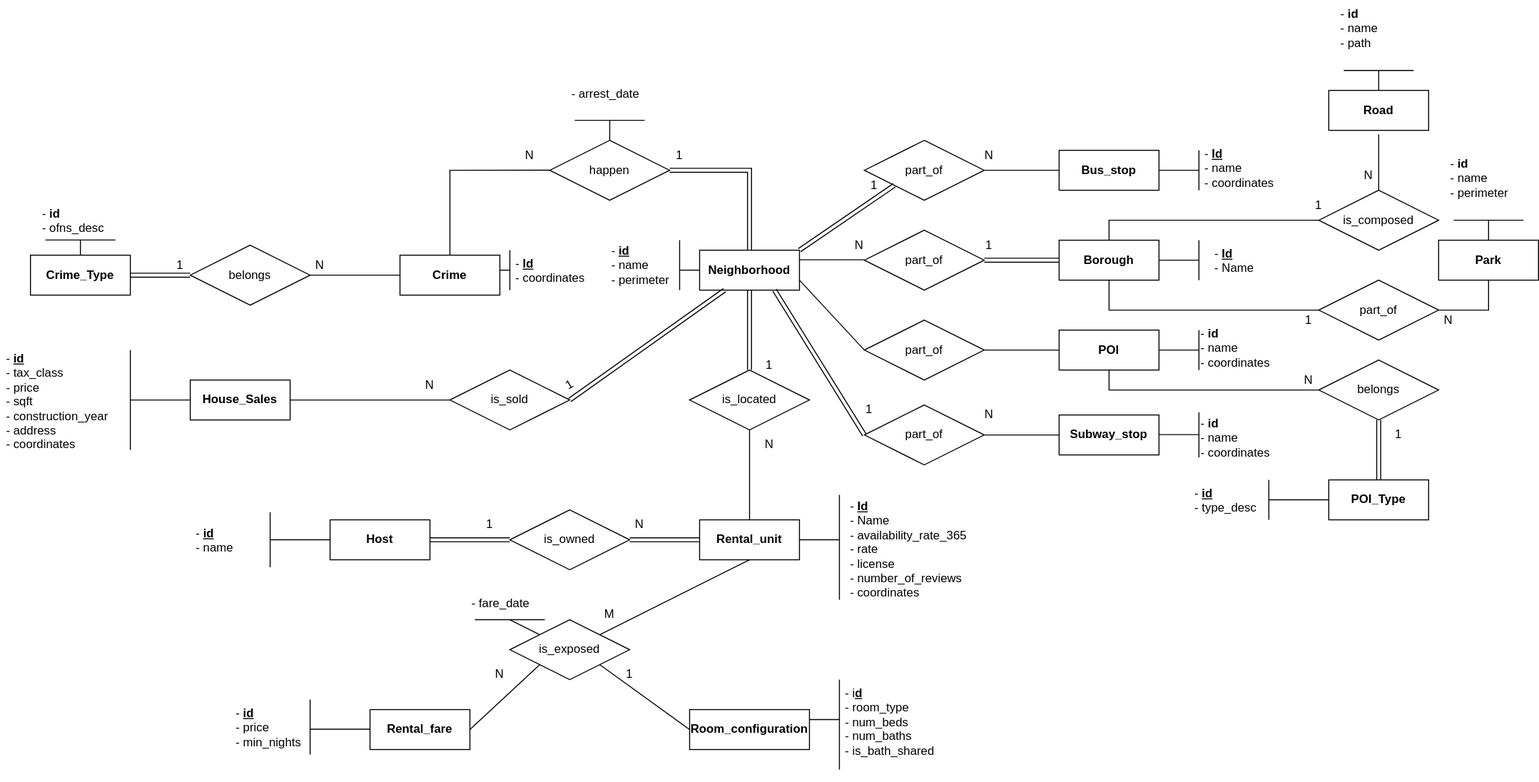
DesperateColleagues/NYC_AirBnB_Data_Management keeps this draw.io diagram as schema/ER_complete.drawio.svg. Above is the earlier version. Source tidied: cells renumbered, new cells last; positions are measured from the earlier drawing's top-left corner, leaving out a move shared by most shapes.
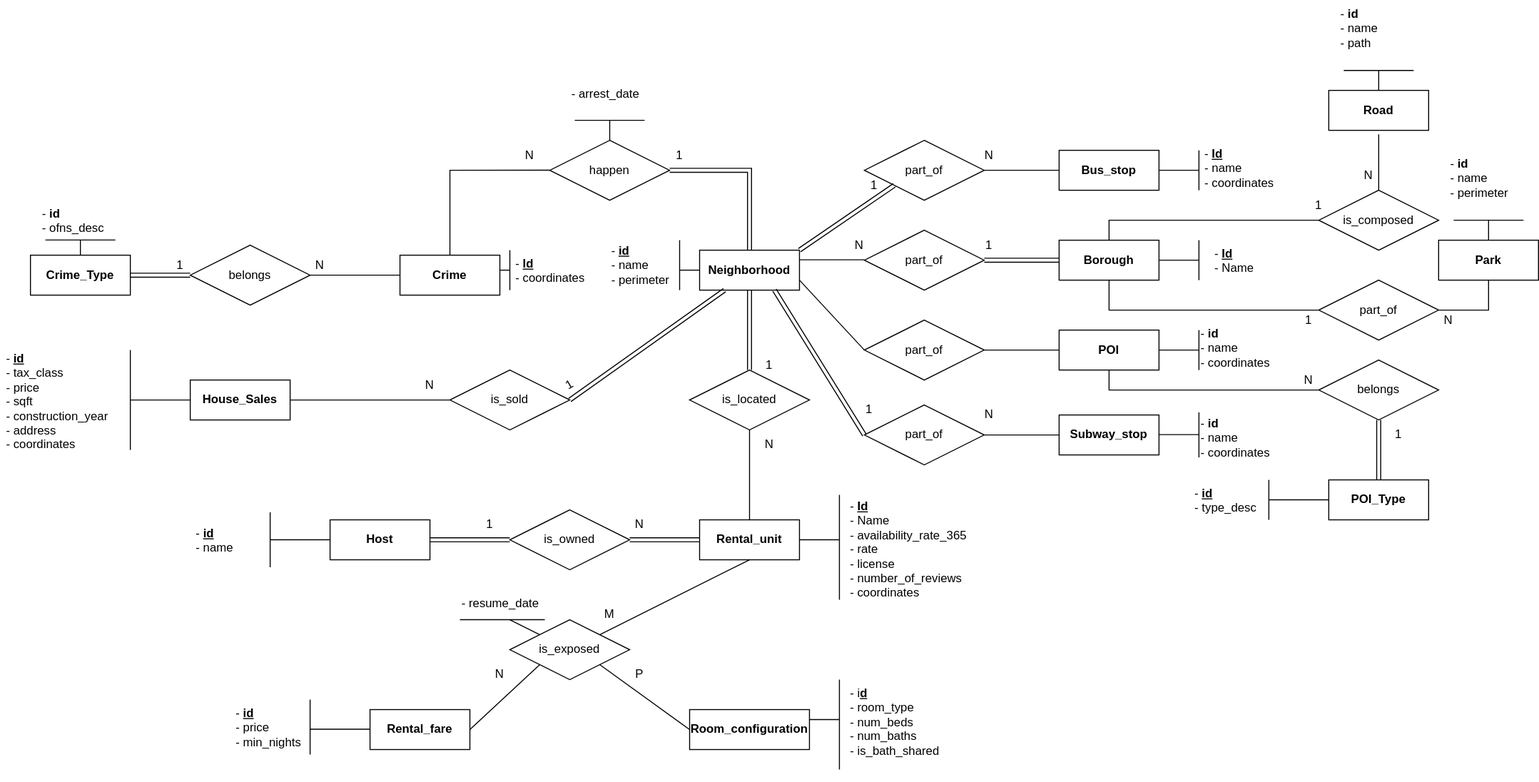
The same diagram one commit later.

Diff of the diagram source:
```diff
@@ -78,7 +78,7 @@
       </mxGeometry>
     </mxCell>
     <mxCell id="24" value="- i&lt;b&gt;&lt;u&gt;d&lt;br&gt;&lt;/u&gt;&lt;/b&gt;- room_type&lt;br&gt;- num_beds&lt;br&gt;- num_baths&lt;br&gt;- is_bath_shared" style="text;strokeColor=none;fillColor=none;spacingLeft=4;spacingRight=4;overflow=hidden;fontSize=12;whiteSpace=wrap;html=1;" parent="1" vertex="1">
-      <mxGeometry x="840" y="680" width="120" height="100" as="geometry" />
+      <mxGeometry x="845" y="680" width="120" height="100" as="geometry" />
     </mxCell>
     <mxCell id="25" style="endArrow=none;html=1;rounded=0;edgeStyle=orthogonalEdgeStyle;" parent="1" edge="1">
       <mxGeometry relative="1" as="geometry">
@@ -514,8 +514,8 @@
     <mxCell id="129" value="N" style="text;html=1;strokeColor=none;fillColor=none;align=center;verticalAlign=middle;whiteSpace=wrap;rounded=0;" parent="1" vertex="1">
       <mxGeometry x="470" y="660" width="60" height="30" as="geometry" />
     </mxCell>
-    <mxCell id="130" value="1" style="text;html=1;strokeColor=none;fillColor=none;align=center;verticalAlign=middle;whiteSpace=wrap;rounded=0;" parent="1" vertex="1">
-      <mxGeometry x="600" y="660" width="60" height="30" as="geometry" />
+    <mxCell id="130" value="P" style="text;html=1;strokeColor=none;fillColor=none;align=center;verticalAlign=middle;whiteSpace=wrap;rounded=0;" parent="1" vertex="1">
+      <mxGeometry x="610" y="660" width="60" height="30" as="geometry" />
     </mxCell>
     <mxCell id="131" style="endArrow=none;html=1;rounded=0;" parent="1" edge="1" source="125">
       <mxGeometry relative="1" as="geometry">
@@ -524,12 +524,12 @@
     </mxCell>
     <mxCell id="132" style="endArrow=none;html=1;rounded=0;" parent="1" edge="1">
       <mxGeometry relative="1" as="geometry">
-        <mxPoint x="475" y="620" as="sourcePoint" />
+        <mxPoint x="460" y="620" as="sourcePoint" />
         <mxPoint x="545" y="620" as="targetPoint" />
       </mxGeometry>
     </mxCell>
-    <mxCell id="133" value="- fare_date" style="text;whiteSpace=wrap;html=1;" parent="1" vertex="1">
-      <mxGeometry x="470" y="590" width="80" height="30" as="geometry" />
+    <mxCell id="133" value="- resume_date" style="text;whiteSpace=wrap;html=1;" parent="1" vertex="1">
+      <mxGeometry x="460" y="590" width="80" height="30" as="geometry" />
     </mxCell>
   </root>
 </mxGraphModel>
```
